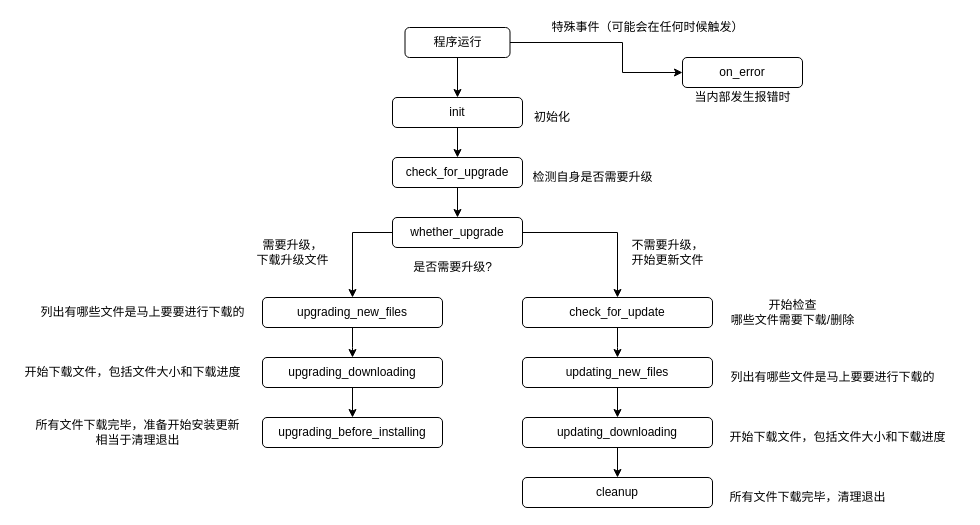
Above: 事件流程图.drawio in BalloonUpdate/Docs (draw.io), before the change. Source tidied: cells renumbered, new cells numbered last; positions are measured from the earlier drawing's top-left corner, leaving out a move shared by most shapes. Both pictures are drawn from the tidied source at 100%, with x=0, y=0 at pixel (17, 17).
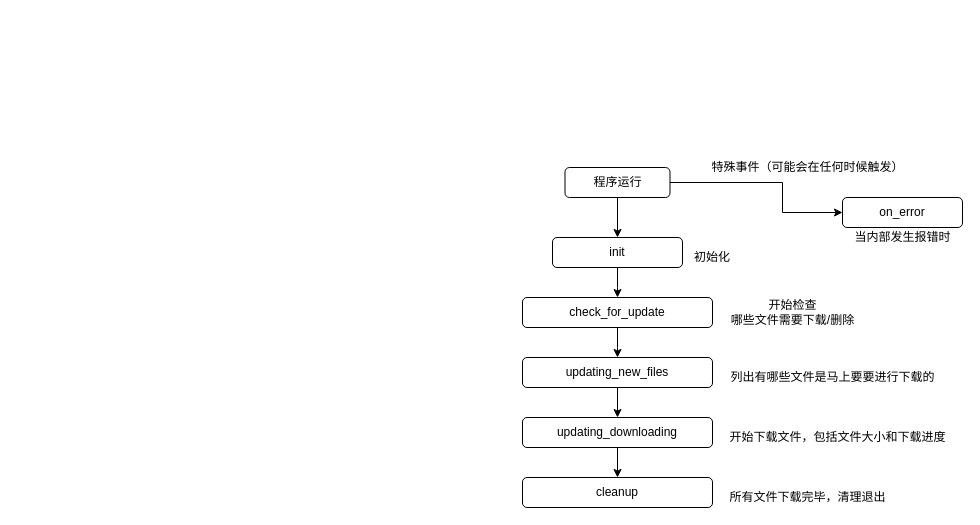
Above is the later version.

Unchanged cells that the change refers to:
```xml
<mxCell id="15" value="check_for_update" style="rounded=1;whiteSpace=wrap;html=1;" parent="1" vertex="1">
  <mxGeometry x="505" y="280" width="190" height="30" as="geometry" />
</mxCell>
```

The edit, as a diff of the source:
```diff
@@
-    <mxCell id="2" style="edgeStyle=orthogonalEdgeStyle;rounded=0;jettySize=auto;html=1;entryX=0.5;entryY=0;entryDx=0;entryDy=0;" parent="1" edge="1" source="3" target="10">
-      <mxGeometry relative="1" as="geometry" />
+    <mxCell id="2" style="edgeStyle=orthogonalEdgeStyle;rounded=0;jettySize=auto;html=1;entryX=0.5;entryY=0;entryDx=0;entryDy=0;" parent="1" edge="1" source="3">
+      <mxGeometry relative="1" as="geometry">
+        <mxPoint x="600" y="280" as="targetPoint" />
+      </mxGeometry>
     </mxCell>
     <mxCell id="3" value="init" style="rounded=1;whiteSpace=wrap;html=1;" parent="1" vertex="1">
-      <mxGeometry x="375" y="80" width="130" height="30" as="geometry" />
+      <mxGeometry x="535" y="220" width="130" height="30" as="geometry" />
     </mxCell>
-    <mxCell id="4" style="edgeStyle=orthogonalEdgeStyle;rounded=0;jettySize=auto;html=1;" parent="1" edge="1" source="5">
-      <mxGeometry relative="1" as="geometry">
-        <mxPoint x="335" y="340" as="targetPoint" />
-      </mxGeometry>
-    </mxCell>
-    <mxCell id="5" value="upgrading_new_files" style="rounded=1;whiteSpace=wrap;html=1;" parent="1" vertex="1">
-      <mxGeometry x="245" y="280" width="180" height="30" as="geometry" />
-    </mxCell>
-    <mxCell id="6" style="edgeStyle=orthogonalEdgeStyle;rounded=0;jettySize=auto;html=1;entryX=0.5;entryY=0;entryDx=0;entryDy=0;" parent="1" edge="1" source="7" target="8">
-      <mxGeometry relative="1" as="geometry" />
-    </mxCell>
-    <mxCell id="7" value="upgrading_downloading" style="rounded=1;whiteSpace=wrap;html=1;" parent="1" vertex="1">
-      <mxGeometry x="245" y="340" width="180" height="30" as="geometry" />
-    </mxCell>
-    <mxCell id="8" value="upgrading_before_installing" style="rounded=1;whiteSpace=wrap;html=1;" parent="1" vertex="1">
-      <mxGeometry x="245" y="400" width="180" height="30" as="geometry" />
-    </mxCell>
-    <mxCell id="9" style="edgeStyle=orthogonalEdgeStyle;rounded=0;jettySize=auto;html=1;" parent="1" edge="1" source="10" target="13">
-      <mxGeometry relative="1" as="geometry" />
-    </mxCell>
-    <mxCell id="10" value="check_for_upgrade" style="rounded=1;whiteSpace=wrap;html=1;" parent="1" vertex="1">
-      <mxGeometry x="375" y="140" width="130" height="30" as="geometry" />
-    </mxCell>
-    <mxCell id="11" style="edgeStyle=orthogonalEdgeStyle;rounded=0;jettySize=auto;html=1;entryX=0.5;entryY=0;entryDx=0;entryDy=0;" parent="1" edge="1" source="13" target="5">
-      <mxGeometry relative="1" as="geometry">
-        <Array as="points">
-          <mxPoint x="335" y="215" />
-        </Array>
-      </mxGeometry>
-    </mxCell>
-    <mxCell id="12" style="edgeStyle=orthogonalEdgeStyle;rounded=0;jettySize=auto;html=1;entryX=0.5;entryY=0;entryDx=0;entryDy=0;" parent="1" edge="1" source="13" target="15">
-      <mxGeometry relative="1" as="geometry">
-        <Array as="points">
-          <mxPoint x="600" y="215" />
-        </Array>
-      </mxGeometry>
-    </mxCell>
-    <mxCell id="13" value="whether_upgrade" style="rounded=1;whiteSpace=wrap;html=1;" parent="1" vertex="1">
-      <mxGeometry x="375" y="200" width="130" height="30" as="geometry" />
-    </mxCell>
@@
     <mxCell id="21" value="on_error" style="rounded=1;whiteSpace=wrap;html=1;" parent="1" vertex="1">
-      <mxGeometry x="665" y="40" width="120" height="30" as="geometry" />
+      <mxGeometry x="825" y="180" width="120" height="30" as="geometry" />
     </mxCell>
@@
     <mxCell id="23" style="edgeStyle=orthogonalEdgeStyle;rounded=0;jettySize=auto;html=1;entryX=0;entryY=0.5;entryDx=0;entryDy=0;" parent="1" edge="1" source="24" target="21">
       <mxGeometry relative="1" as="geometry">
         <Array as="points">
-          <mxPoint x="605" y="25" />
-          <mxPoint x="605" y="55" />
+          <mxPoint x="765" y="165" />
+          <mxPoint x="765" y="195" />
         </Array>
       </mxGeometry>
     </mxCell>
     <mxCell id="24" value="程序运行" style="rounded=1;whiteSpace=wrap;html=1;" parent="1" vertex="1">
-      <mxGeometry x="387.5" y="10" width="105" height="30" as="geometry" />
+      <mxGeometry x="547.5" y="150" width="105" height="30" as="geometry" />
     </mxCell>
     <mxCell id="25" value="初始化" style="text;html=1;strokeColor=none;fillColor=none;align=center;verticalAlign=middle;whiteSpace=wrap;rounded=0;" parent="1" vertex="1">
-      <mxGeometry x="515" y="90" width="40" height="20" as="geometry" />
+      <mxGeometry x="675" y="230" width="40" height="20" as="geometry" />
     </mxCell>
-    <mxCell id="26" value="检测自身是否需要升级" style="text;html=1;align=center;verticalAlign=middle;strokeColor=none;" parent="1" vertex="1">
-      <mxGeometry x="505" y="150" width="140" height="20" as="geometry" />
-    </mxCell>
-    <mxCell id="27" value="是否需要升级?" style="text;html=1;align=center;verticalAlign=middle;strokeColor=none;" parent="1" vertex="1">
-      <mxGeometry x="390" y="240" width="90" height="20" as="geometry" />
-    </mxCell>
-    <mxCell id="28" value="不需要升级，&lt;br&gt;开始更新文件" style="text;html=1;align=center;verticalAlign=middle;strokeColor=none;" parent="1" vertex="1">
-      <mxGeometry x="605" y="220" width="90" height="30" as="geometry" />
-    </mxCell>
-    <mxCell id="29" value="需要升级，&lt;br&gt;下载升级文件" style="text;html=1;align=center;verticalAlign=middle;strokeColor=none;" parent="1" vertex="1">
-      <mxGeometry x="230" y="220" width="90" height="30" as="geometry" />
-    </mxCell>
     <mxCell id="30" value="当内部发生报错时" style="text;html=1;align=center;verticalAlign=middle;strokeColor=none;" parent="1" vertex="1">
-      <mxGeometry x="670" y="70" width="110" height="20" as="geometry" />
+      <mxGeometry x="830" y="210" width="110" height="20" as="geometry" />
     </mxCell>
@@
     <mxCell id="35" value="特殊事件（可能会在任何时候触发）" style="text;html=1;align=center;verticalAlign=middle;strokeColor=none;" parent="1" vertex="1">
-      <mxGeometry x="525" width="210" height="20" as="geometry" />
+      <mxGeometry x="685" y="140" width="210" height="20" as="geometry" />
     </mxCell>
-    <mxCell id="36" value="列出有哪些文件是马上要要进行下载的" style="text;html=1;align=center;verticalAlign=middle;strokeColor=none;" parent="1" vertex="1">
-      <mxGeometry x="15" y="285" width="220" height="20" as="geometry" />
-    </mxCell>
-    <mxCell id="37" value="开始下载文件，包括文件大小和下载进度" style="text;html=1;align=center;verticalAlign=middle;strokeColor=none;" parent="1" vertex="1">
-      <mxGeometry y="345" width="230" height="20" as="geometry" />
-    </mxCell>
-    <mxCell id="38" value="所有文件下载完毕，准备开始安装更新&lt;br&gt;相当于清理退出" style="text;html=1;align=center;verticalAlign=middle;strokeColor=none;" parent="1" vertex="1">
-      <mxGeometry x="10" y="400" width="220" height="30" as="geometry" />
-    </mxCell>
```
